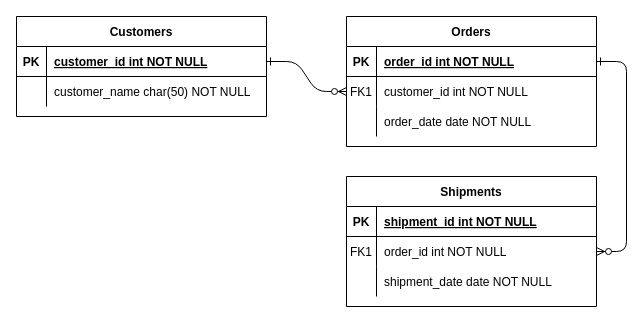
Above: Quick Commerce platform Schema.drawio in geeky-sanjay/class-diagrams (draw.io), before the change. Source tidied: cells renumbered, new cells numbered last; positions are measured from the earlier drawing's top-left corner, leaving out a move shared by most shapes. Both pictures are drawn from the tidied source at 100%, with x=0, y=0 at pixel (16, 16).
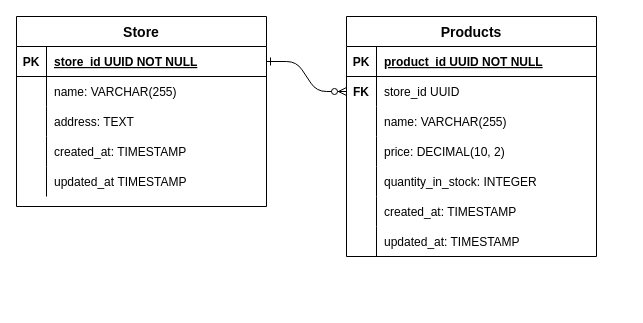
The same page after the edit.

The change refers to these unchanged cells:
```xml
<mxCell id="5" style="shape=partialRectangle;fillColor=none;points=[[0,0.5],[1,0.5]];portConstraint=eastwest;top=0;left=0;right=0;bottom=1;" parent="4" vertex="1">
  <mxGeometry y="30" width="250" height="30" as="geometry" />
</mxCell>
<mxCell id="8" style="shape=partialRectangle;fillColor=none;points=[[0,0.5],[1,0.5]];portConstraint=eastwest;top=0;left=0;right=0;bottom=0;" parent="4" vertex="1">
  <mxGeometry y="60" width="250" height="30" as="geometry" />
</mxCell>
<mxCell id="11" style="shape=partialRectangle;fillColor=none;top=0;left=0;right=0;bottom=0;" parent="4" vertex="1">
  <mxGeometry y="90" width="250" height="30" as="geometry" />
</mxCell>
<mxCell id="25" style="shape=partialRectangle;fillColor=none;points=[[0,0.5],[1,0.5]];portConstraint=eastwest;top=0;left=0;right=0;bottom=1;" parent="24" vertex="1">
  <mxGeometry y="30" width="250" height="30" as="geometry" />
</mxCell>
<mxCell id="28" style="shape=partialRectangle;fillColor=none;top=0;left=0;right=0;bottom=0;" parent="24" vertex="1">
  <mxGeometry y="60" width="250" height="30" as="geometry" />
</mxCell>
```

The edit, as a diff of the source:
```diff
@@
-    <mxCell id="3" style="edgeStyle=entityRelationEdgeStyle;endArrow=ERzeroToMany;startArrow=ERone;endFill=1;startFill=0;" parent="1" edge="1" source="5" target="18">
-      <mxGeometry relative="1" as="geometry" />
-    </mxCell>
-    <mxCell id="4" value="Orders" style="shape=table;startSize=30;childLayout=tableLayout;rowLines=0;fontStyle=1;align=center;" parent="1" vertex="1">
-      <mxGeometry x="330" width="250" height="130" as="geometry" />
+    <mxCell id="4" value="Products " style="shape=table;startSize=30;childLayout=tableLayout;rowLines=0;fontStyle=1;align=center;fontSize=14;" parent="1" vertex="1">
+      <mxGeometry x="330" width="250" height="240" as="geometry" />
     </mxCell>
@@
-    <mxCell id="7" value="order_id int NOT NULL " style="shape=partialRectangle;overflow=hidden;fillColor=none;top=0;left=0;bottom=0;right=0;align=left;spacingLeft=6;fontStyle=5;" parent="5" vertex="1">
+    <mxCell id="7" value="product_id UUID NOT NULL " style="shape=partialRectangle;overflow=hidden;fillColor=none;top=0;left=0;bottom=0;right=0;align=left;spacingLeft=6;fontStyle=5;" parent="5" vertex="1">
       <mxGeometry x="30" width="220" height="30" as="geometry" />
     </mxCell>
@@
-    <mxCell id="9" value="FK1" style="shape=partialRectangle;overflow=hidden;fillColor=none;top=0;left=0;bottom=0;right=0;" parent="8" vertex="1">
+    <mxCell id="9" value="FK" style="shape=partialRectangle;overflow=hidden;fillColor=none;top=0;left=0;bottom=0;right=0;fontStyle=1;" parent="8" vertex="1">
       <mxGeometry width="30" height="30" as="geometry" />
     </mxCell>
-    <mxCell id="10" value="customer_id int NOT NULL" style="shape=partialRectangle;overflow=hidden;fillColor=none;top=0;left=0;bottom=0;right=0;align=left;spacingLeft=6;" parent="8" vertex="1">
+    <mxCell id="10" value="store_id UUID" style="shape=partialRectangle;overflow=hidden;fillColor=none;top=0;left=0;bottom=0;right=0;align=left;spacingLeft=6;" parent="8" vertex="1">
       <mxGeometry x="30" width="220" height="30" as="geometry" />
     </mxCell>
@@
-    <mxCell id="13" value="order_date date NOT NULL" style="shape=partialRectangle;overflow=hidden;fillColor=none;top=0;left=0;bottom=0;right=0;align=left;spacingLeft=6;" parent="11" vertex="1">
+    <mxCell id="13" value="name: VARCHAR(255)" style="shape=partialRectangle;overflow=hidden;fillColor=none;top=0;left=0;bottom=0;right=0;align=left;spacingLeft=6;" parent="11" vertex="1">
       <mxGeometry x="30" width="220" height="30" as="geometry" />
     </mxCell>
-    <mxCell id="14" value="Shipments" style="shape=table;startSize=30;childLayout=tableLayout;rowLines=0;fontStyle=1;align=center;" parent="1" vertex="1">
-      <mxGeometry x="330" y="160" width="250" height="130" as="geometry" />
-    </mxCell>
-    <mxCell id="15" style="shape=partialRectangle;fillColor=none;top=0;left=0;right=0;bottom=1;" parent="14" vertex="1">
-      <mxGeometry y="30" width="250" height="30" as="geometry" />
-    </mxCell>
-    <mxCell id="16" value="PK" style="shape=partialRectangle;overflow=hidden;fillColor=none;top=0;left=0;bottom=0;right=0;fontStyle=1;" parent="15" vertex="1">
-      <mxGeometry width="30" height="30" as="geometry" />
-    </mxCell>
-    <mxCell id="17" value="shipment_id int NOT NULL " style="shape=partialRectangle;overflow=hidden;fillColor=none;top=0;left=0;bottom=0;right=0;align=left;spacingLeft=6;fontStyle=5;" parent="15" vertex="1">
-      <mxGeometry x="30" width="220" height="30" as="geometry" />
-    </mxCell>
-    <mxCell id="18" style="shape=partialRectangle;fillColor=none;points=[[0,0.5],[1,0.5]];portConstraint=eastwest;top=0;left=0;right=0;bottom=0;" parent="14" vertex="1">
-      <mxGeometry y="60" width="250" height="30" as="geometry" />
-    </mxCell>
-    <mxCell id="19" value="FK1" style="shape=partialRectangle;overflow=hidden;fillColor=none;top=0;left=0;bottom=0;right=0;" parent="18" vertex="1">
-      <mxGeometry width="30" height="30" as="geometry" />
-    </mxCell>
-    <mxCell id="20" value="order_id int NOT NULL" style="shape=partialRectangle;overflow=hidden;fillColor=none;top=0;left=0;bottom=0;right=0;align=left;spacingLeft=6;" parent="18" vertex="1">
-      <mxGeometry x="30" width="220" height="30" as="geometry" />
-    </mxCell>
-    <mxCell id="21" style="shape=partialRectangle;fillColor=none;top=0;left=0;right=0;bottom=0;" parent="14" vertex="1">
-      <mxGeometry y="90" width="250" height="30" as="geometry" />
-    </mxCell>
-    <mxCell id="22" style="shape=partialRectangle;overflow=hidden;fillColor=none;top=0;left=0;bottom=0;right=0;" parent="21" vertex="1">
-      <mxGeometry width="30" height="30" as="geometry" />
-    </mxCell>
-    <mxCell id="23" value="shipment_date date NOT NULL" style="shape=partialRectangle;overflow=hidden;fillColor=none;top=0;left=0;bottom=0;right=0;align=left;spacingLeft=6;" parent="21" vertex="1">
-      <mxGeometry x="30" width="220" height="30" as="geometry" />
-    </mxCell>
+    <mxCell id="31" style="shape=partialRectangle;fillColor=none;top=0;left=0;right=0;bottom=0;" parent="4" vertex="1">
+      <mxGeometry y="120" width="250" height="30" as="geometry" />
+    </mxCell>
+    <mxCell id="32" style="shape=partialRectangle;overflow=hidden;fillColor=none;top=0;left=0;bottom=0;right=0;" parent="31" vertex="1">
+      <mxGeometry width="30" height="30" as="geometry" />
+    </mxCell>
+    <mxCell id="33" value="price: DECIMAL(10, 2)" style="shape=partialRectangle;overflow=hidden;fillColor=none;top=0;left=0;bottom=0;right=0;align=left;spacingLeft=6;" parent="31" vertex="1">
+      <mxGeometry x="30" width="220" height="30" as="geometry" />
+    </mxCell>
+    <mxCell id="34" style="shape=partialRectangle;fillColor=none;top=0;left=0;right=0;bottom=0;" parent="4" vertex="1">
+      <mxGeometry y="150" width="250" height="30" as="geometry" />
+    </mxCell>
+    <mxCell id="35" style="shape=partialRectangle;overflow=hidden;fillColor=none;top=0;left=0;bottom=0;right=0;" parent="34" vertex="1">
+      <mxGeometry width="30" height="30" as="geometry" />
+    </mxCell>
+    <mxCell id="36" value="quantity_in_stock: INTEGER" style="shape=partialRectangle;overflow=hidden;fillColor=none;top=0;left=0;bottom=0;right=0;align=left;spacingLeft=6;" parent="34" vertex="1">
+      <mxGeometry x="30" width="220" height="30" as="geometry" />
+    </mxCell>
+    <mxCell id="37" style="shape=partialRectangle;fillColor=none;top=0;left=0;right=0;bottom=0;" parent="4" vertex="1">
+      <mxGeometry y="180" width="250" height="30" as="geometry" />
+    </mxCell>
+    <mxCell id="38" style="shape=partialRectangle;overflow=hidden;fillColor=none;top=0;left=0;bottom=0;right=0;" parent="37" vertex="1">
+      <mxGeometry width="30" height="30" as="geometry" />
+    </mxCell>
+    <mxCell id="39" value="created_at: TIMESTAMP" style="shape=partialRectangle;overflow=hidden;fillColor=none;top=0;left=0;bottom=0;right=0;align=left;spacingLeft=6;" parent="37" vertex="1">
+      <mxGeometry x="30" width="220" height="30" as="geometry" />
+    </mxCell>
+    <mxCell id="40" style="shape=partialRectangle;fillColor=none;top=0;left=0;right=0;bottom=0;" parent="4" vertex="1">
+      <mxGeometry y="210" width="250" height="30" as="geometry" />
+    </mxCell>
+    <mxCell id="41" style="shape=partialRectangle;overflow=hidden;fillColor=none;top=0;left=0;bottom=0;right=0;" parent="40" vertex="1">
+      <mxGeometry width="30" height="30" as="geometry" />
+    </mxCell>
+    <mxCell id="42" value="updated_at: TIMESTAMP" style="shape=partialRectangle;overflow=hidden;fillColor=none;top=0;left=0;bottom=0;right=0;align=left;spacingLeft=6;" parent="40" vertex="1">
+      <mxGeometry x="30" width="220" height="30" as="geometry" />
+    </mxCell>
-    <mxCell id="24" value="Customers" style="shape=table;startSize=30;childLayout=tableLayout;rowLines=0;fontStyle=1;align=center;" parent="1" vertex="1">
-      <mxGeometry width="250" height="100" as="geometry" />
+    <mxCell id="24" value="Store" style="shape=table;startSize=30;childLayout=tableLayout;rowLines=0;fontStyle=1;align=center;fontSize=14;" parent="1" vertex="1">
+      <mxGeometry width="250" height="190" as="geometry" />
     </mxCell>
@@
-    <mxCell id="27" value="customer_id int NOT NULL " style="shape=partialRectangle;overflow=hidden;fillColor=none;top=0;left=0;bottom=0;right=0;align=left;spacingLeft=6;fontStyle=5;" parent="25" vertex="1">
+    <mxCell id="27" value="store_id UUID NOT NULL " style="shape=partialRectangle;overflow=hidden;fillColor=none;top=0;left=0;bottom=0;right=0;align=left;spacingLeft=6;fontStyle=5;" parent="25" vertex="1">
       <mxGeometry x="30" width="220" height="30" as="geometry" />
     </mxCell>
@@
-    <mxCell id="30" value="customer_name char(50) NOT NULL" style="shape=partialRectangle;overflow=hidden;fillColor=none;top=0;left=0;bottom=0;right=0;align=left;spacingLeft=6;" parent="28" vertex="1">
+    <mxCell id="30" value="name: VARCHAR(255)" style="shape=partialRectangle;overflow=hidden;fillColor=none;top=0;left=0;bottom=0;right=0;align=left;spacingLeft=6;" parent="28" vertex="1">
       <mxGeometry x="30" width="220" height="30" as="geometry" />
     </mxCell>
+    <mxCell id="21" style="shape=partialRectangle;fillColor=none;top=0;left=0;right=0;bottom=0;" parent="24" vertex="1">
+      <mxGeometry y="90" width="250" height="30" as="geometry" />
+    </mxCell>
+    <mxCell id="43" style="shape=partialRectangle;overflow=hidden;fillColor=none;top=0;left=0;bottom=0;right=0;" parent="21" vertex="1">
+      <mxGeometry width="30" height="30" as="geometry" />
+    </mxCell>
+    <mxCell id="44" value="address: TEXT" style="shape=partialRectangle;overflow=hidden;fillColor=none;top=0;left=0;bottom=0;right=0;align=left;spacingLeft=6;" parent="21" vertex="1">
+      <mxGeometry x="30" width="220" height="30" as="geometry" />
+    </mxCell>
+    <mxCell id="45" style="shape=partialRectangle;fillColor=none;top=0;left=0;right=0;bottom=0;" parent="24" vertex="1">
+      <mxGeometry y="120" width="250" height="30" as="geometry" />
+    </mxCell>
+    <mxCell id="46" style="shape=partialRectangle;overflow=hidden;fillColor=none;top=0;left=0;bottom=0;right=0;" parent="45" vertex="1">
+      <mxGeometry width="30" height="30" as="geometry" />
+    </mxCell>
+    <mxCell id="47" value="created_at: TIMESTAMP" style="shape=partialRectangle;overflow=hidden;fillColor=none;top=0;left=0;bottom=0;right=0;align=left;spacingLeft=6;" parent="45" vertex="1">
+      <mxGeometry x="30" width="220" height="30" as="geometry" />
+    </mxCell>
+    <mxCell id="48" style="shape=partialRectangle;fillColor=none;top=0;left=0;right=0;bottom=0;" parent="24" vertex="1">
+      <mxGeometry y="150" width="250" height="30" as="geometry" />
+    </mxCell>
+    <mxCell id="49" style="shape=partialRectangle;overflow=hidden;fillColor=none;top=0;left=0;bottom=0;right=0;" parent="48" vertex="1">
+      <mxGeometry width="30" height="30" as="geometry" />
+    </mxCell>
+    <mxCell id="50" value="updated_at TIMESTAMP" style="shape=partialRectangle;overflow=hidden;fillColor=none;top=0;left=0;bottom=0;right=0;align=left;spacingLeft=6;" parent="48" vertex="1">
+      <mxGeometry x="30" width="220" height="30" as="geometry" />
+    </mxCell>
```
